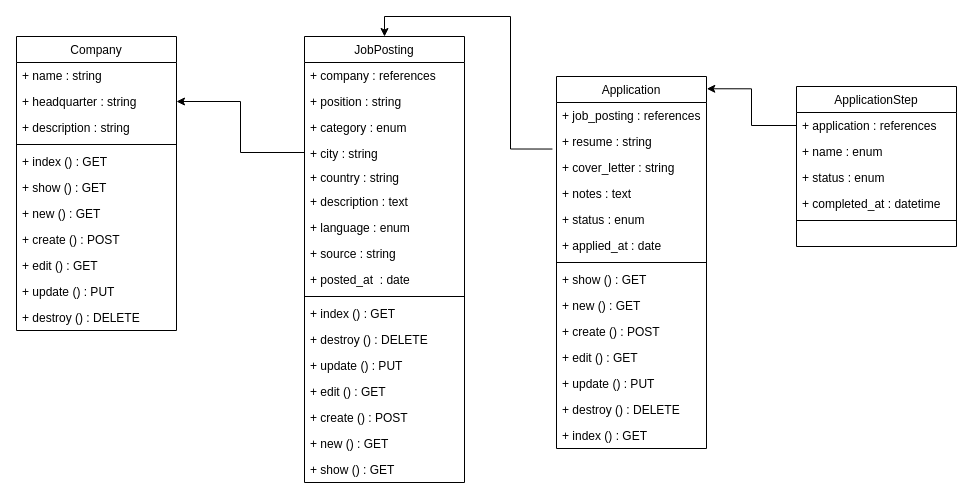
Before: dev/class.drawio in hojimat/jobtracker, a draw.io diagram. Source tidied: cells renumbered, new cells numbered last; positions are measured from the earlier drawing's top-left corner, leaving out a move shared by most shapes. Both pictures are drawn from the tidied source at 100%, with x=0, y=0 at pixel (16, 36).
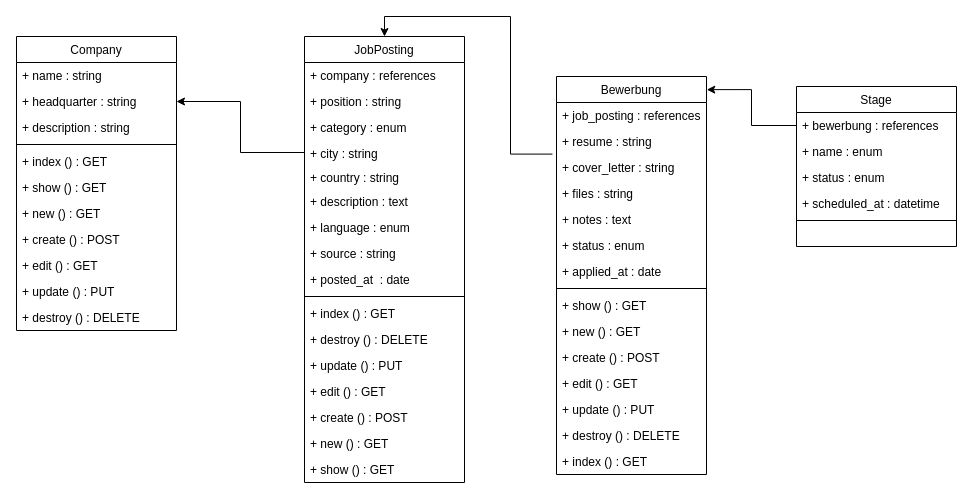
After the change.

Diff of the diagram source:
```diff
@@
-    <mxCell id="15" value="Application" style="swimlane;fontStyle=0;align=center;verticalAlign=top;horizontal=1;startSize=26;rounded=0;shadow=0;strokeWidth=1;" parent="1" vertex="1">
-      <mxGeometry x="540" y="40" width="150" height="372" as="geometry" />
+    <mxCell id="15" value="Bewerbung" style="swimlane;fontStyle=0;align=center;verticalAlign=top;horizontal=1;startSize=26;rounded=0;shadow=0;strokeWidth=1;" parent="1" vertex="1">
+      <mxGeometry x="540" y="40" width="150" height="398" as="geometry" />
     </mxCell>
@@
+    <mxCell id="56" value="+ files : string" style="text;align=left;verticalAlign=top;spacingLeft=4;spacingRight=4;overflow=hidden;" parent="15" vertex="1">
+      <mxGeometry y="104" width="150" height="26" as="geometry" />
+    </mxCell>
     <mxCell id="19" value="+ notes : text" style="text;align=left;verticalAlign=top;spacingLeft=4;spacingRight=4;overflow=hidden;" parent="15" vertex="1">
-      <mxGeometry y="104" width="150" height="26" as="geometry" />
+      <mxGeometry y="130" width="150" height="26" as="geometry" />
     </mxCell>
     <mxCell id="20" value="+ status : enum" style="text;align=left;verticalAlign=top;spacingLeft=4;spacingRight=4;overflow=hidden;" parent="15" vertex="1">
-      <mxGeometry y="130" width="150" height="26" as="geometry" />
+      <mxGeometry y="156" width="150" height="26" as="geometry" />
     </mxCell>
     <mxCell id="21" value="+ applied_at : date" style="text;align=left;verticalAlign=top;spacingLeft=4;spacingRight=4;overflow=hidden;" parent="15" vertex="1">
-      <mxGeometry y="156" width="150" height="26" as="geometry" />
+      <mxGeometry y="182" width="150" height="26" as="geometry" />
     </mxCell>
     <mxCell id="22" style="line;html=1;strokeWidth=1;align=left;verticalAlign=middle;spacingTop=-1;spacingLeft=3;spacingRight=3;labelPosition=right;" parent="15" vertex="1">
-      <mxGeometry y="182" width="150" height="8" as="geometry" />
+      <mxGeometry y="208" width="150" height="8" as="geometry" />
     </mxCell>
     <mxCell id="23" value="+ show () : GET" style="text;align=left;verticalAlign=top;spacingLeft=4;spacingRight=4;overflow=hidden;" parent="15" vertex="1">
-      <mxGeometry y="190" width="150" height="26" as="geometry" />
+      <mxGeometry y="216" width="150" height="26" as="geometry" />
     </mxCell>
     <mxCell id="24" value="+ new () : GET" style="text;align=left;verticalAlign=top;spacingLeft=4;spacingRight=4;overflow=hidden;" parent="15" vertex="1">
-      <mxGeometry y="216" width="150" height="26" as="geometry" />
+      <mxGeometry y="242" width="150" height="26" as="geometry" />
     </mxCell>
     <mxCell id="25" value="+ create () : POST" style="text;align=left;verticalAlign=top;spacingLeft=4;spacingRight=4;overflow=hidden;" parent="15" vertex="1">
-      <mxGeometry y="242" width="150" height="26" as="geometry" />
+      <mxGeometry y="268" width="150" height="26" as="geometry" />
     </mxCell>
     <mxCell id="26" value="+ edit () : GET" style="text;align=left;verticalAlign=top;spacingLeft=4;spacingRight=4;overflow=hidden;" parent="15" vertex="1">
-      <mxGeometry y="268" width="150" height="26" as="geometry" />
+      <mxGeometry y="294" width="150" height="26" as="geometry" />
     </mxCell>
     <mxCell id="27" value="+ update () : PUT" style="text;align=left;verticalAlign=top;spacingLeft=4;spacingRight=4;overflow=hidden;" parent="15" vertex="1">
-      <mxGeometry y="294" width="150" height="26" as="geometry" />
+      <mxGeometry y="320" width="150" height="26" as="geometry" />
     </mxCell>
     <mxCell id="28" value="+ destroy () : DELETE" style="text;align=left;verticalAlign=top;spacingLeft=4;spacingRight=4;overflow=hidden;" parent="15" vertex="1">
-      <mxGeometry y="320" width="150" height="26" as="geometry" />
+      <mxGeometry y="346" width="150" height="26" as="geometry" />
     </mxCell>
     <mxCell id="29" value="+ index () : GET" style="text;align=left;verticalAlign=top;spacingLeft=4;spacingRight=4;overflow=hidden;" parent="15" vertex="1">
-      <mxGeometry y="346" width="150" height="26" as="geometry" />
+      <mxGeometry y="372" width="150" height="26" as="geometry" />
     </mxCell>
@@
-    <mxCell id="49" value="ApplicationStep" style="swimlane;fontStyle=0;align=center;verticalAlign=top;horizontal=1;startSize=26;rounded=0;shadow=0;strokeWidth=1;" parent="1" vertex="1">
+    <mxCell id="49" value="Stage" style="swimlane;fontStyle=0;align=center;verticalAlign=top;horizontal=1;startSize=26;rounded=0;shadow=0;strokeWidth=1;" parent="1" vertex="1">
       <mxGeometry x="780" y="50" width="160" height="160" as="geometry" />
     </mxCell>
-    <mxCell id="50" value="+ application : references" style="text;align=left;verticalAlign=top;spacingLeft=4;spacingRight=4;overflow=hidden;points=[[0,0.5],[1,0.5]];portConstraint=eastwest;" parent="49" vertex="1">
+    <mxCell id="50" value="+ bewerbung : references" style="text;align=left;verticalAlign=top;spacingLeft=4;spacingRight=4;overflow=hidden;points=[[0,0.5],[1,0.5]];portConstraint=eastwest;" parent="49" vertex="1">
       <mxGeometry y="26" width="160" height="26" as="geometry" />
     </mxCell>
@@
-    <mxCell id="53" value="+ completed_at : datetime" style="text;align=left;verticalAlign=top;spacingLeft=4;spacingRight=4;overflow=hidden;" parent="49" vertex="1">
+    <mxCell id="53" value="+ scheduled_at : datetime" style="text;align=left;verticalAlign=top;spacingLeft=4;spacingRight=4;overflow=hidden;" parent="49" vertex="1">
       <mxGeometry y="104" width="160" height="26" as="geometry" />
     </mxCell>
```
